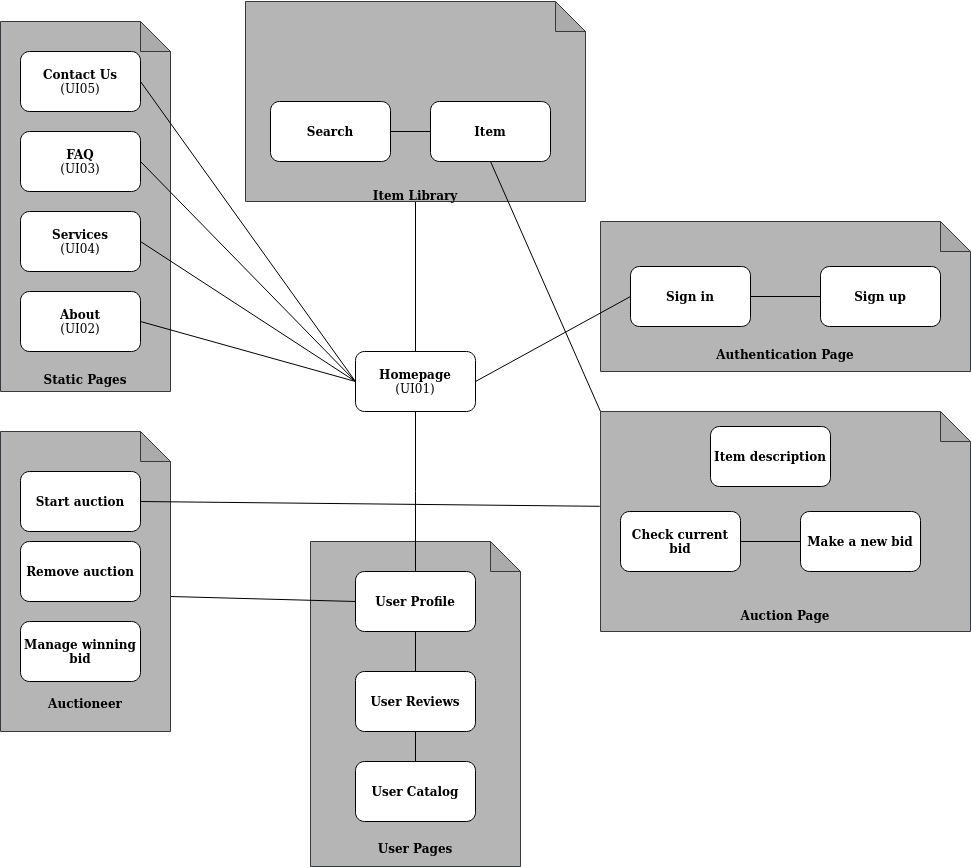
Miggs7/FEUP--LBAW keeps this draw.io diagram as assets/a3-sitemap.drawio.png. Above is the earlier version. Source tidied: cells renumbered, new cells last; positions are measured from the earlier drawing's top-left corner, leaving out a move shared by most shapes.
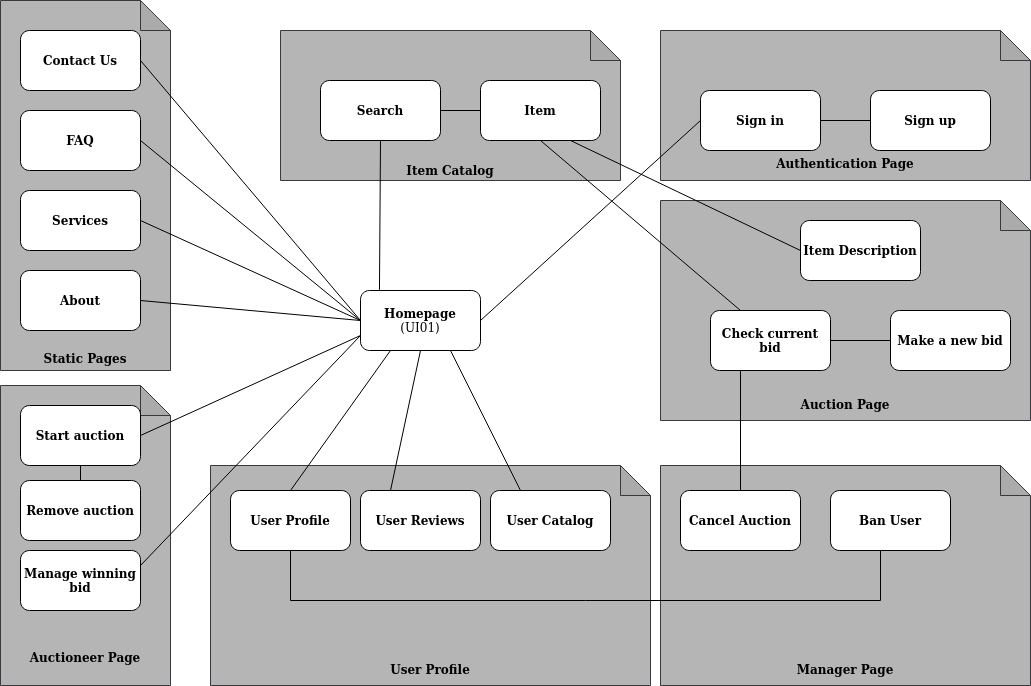
The same diagram one commit later.

Diff of the diagram source:
```diff
@@ -8,13 +8,13 @@
     <mxCell id="3" style="edgeStyle=orthogonalEdgeStyle;rounded=0;jettySize=auto;html=1;exitX=0.5;exitY=1;exitDx=0;exitDy=0;entryX=0.5;entryY=0;entryDx=0;entryDy=0;strokeColor=none;" parent="1" edge="1" source="4" target="5">
       <mxGeometry relative="1" as="geometry" />
     </mxCell>
-    <mxCell id="4" value="&lt;b&gt;Contact Us&lt;/b&gt;&lt;br&gt;(UI05)" style="rounded=1;whiteSpace=wrap;html=1;fillColor=#FFFFFF;" parent="1" vertex="1">
+    <mxCell id="4" value="&lt;b&gt;Contact Us&lt;/b&gt;&lt;br&gt;" style="rounded=1;whiteSpace=wrap;html=1;fillColor=#FFFFFF;" parent="1" vertex="1">
       <mxGeometry x="20" y="50" width="120" height="60" as="geometry" />
     </mxCell>
-    <mxCell id="5" value="&lt;b&gt;FAQ&lt;/b&gt;&lt;br&gt;(UI03)&lt;b&gt;&lt;br&gt;&lt;/b&gt;" style="rounded=1;whiteSpace=wrap;html=1;fillColor=#FFFFFF;" parent="1" vertex="1">
+    <mxCell id="5" value="&lt;b&gt;FAQ&lt;/b&gt;&lt;b&gt;&lt;br&gt;&lt;/b&gt;" style="rounded=1;whiteSpace=wrap;html=1;fillColor=#FFFFFF;" parent="1" vertex="1">
       <mxGeometry x="20" y="130" width="120" height="60" as="geometry" />
     </mxCell>
-    <mxCell id="6" value="&lt;b&gt;Services&lt;/b&gt;&lt;br&gt;(UI04)" style="rounded=1;whiteSpace=wrap;html=1;fillColor=#FFFFFF;" parent="1" vertex="1">
+    <mxCell id="6" value="&lt;b&gt;Services&lt;/b&gt;" style="rounded=1;whiteSpace=wrap;html=1;fillColor=#FFFFFF;" parent="1" vertex="1">
       <mxGeometry x="20" y="210" width="120" height="60" as="geometry" />
     </mxCell>
     <mxCell id="7" style="edgeStyle=none;shape=connector;rounded=1;jettySize=auto;html=1;exitX=0;exitY=0.5;exitDx=0;exitDy=0;entryX=1;entryY=0.5;entryDx=0;entryDy=0;labelBackgroundColor=default;strokeColor=default;fontFamily=Helvetica;fontSize=11;fontColor=default;endArrow=none;" parent="1" edge="1" source="11" target="4">
@@ -30,97 +30,125 @@
       <mxGeometry relative="1" as="geometry" />
     </mxCell>
     <mxCell id="11" value="&lt;b&gt;Homepage&lt;/b&gt;&lt;br&gt;(UI01)" style="rounded=1;whiteSpace=wrap;html=1;fillColor=#FFFFFF;" parent="1" vertex="1">
-      <mxGeometry x="355" y="350" width="120" height="60" as="geometry" />
+      <mxGeometry x="360" y="310" width="120" height="60" as="geometry" />
     </mxCell>
-    <mxCell id="12" value="&lt;b&gt;&lt;br&gt;&lt;br&gt;&lt;br&gt;&lt;br&gt;&lt;br&gt;&lt;br&gt;&lt;br&gt;&lt;br&gt;&lt;br&gt;&lt;br&gt;&lt;br&gt;&lt;br&gt;&lt;br&gt;&lt;br&gt;&lt;br&gt;&lt;br&gt;&lt;br&gt;&lt;br&gt;&lt;br&gt;&lt;br&gt;User Pages&lt;br&gt;&lt;/b&gt;" style="shape=note;whiteSpace=wrap;html=1;backgroundOutline=1;darkOpacity=0.05;fillColor=#B5B5B5;strokeColor=#36393d;" parent="1" vertex="1">
-      <mxGeometry x="310" y="540" width="210" height="325" as="geometry" />
-    </mxCell>
-    <mxCell id="13" style="edgeStyle=none;shape=connector;rounded=1;jettySize=auto;html=1;exitX=0.5;exitY=1;exitDx=0;exitDy=0;exitPerimeter=0;entryX=0.5;entryY=0;entryDx=0;entryDy=0;labelBackgroundColor=default;strokeColor=default;fontFamily=Helvetica;fontSize=11;fontColor=default;endArrow=none;" parent="1" edge="1" source="14" target="11">
-      <mxGeometry relative="1" as="geometry" />
-    </mxCell>
-    <mxCell id="14" value="&lt;b&gt;&lt;br&gt;&lt;br&gt;&lt;br&gt;&lt;br&gt;&lt;br&gt;&lt;br&gt;&lt;br&gt;&lt;br&gt;&lt;br&gt;&lt;br&gt;&lt;br&gt;&lt;br&gt;&lt;br&gt;Item Library&lt;br&gt;&lt;/b&gt;" style="shape=note;whiteSpace=wrap;html=1;backgroundOutline=1;darkOpacity=0.05;fillColor=#B5B5B5;strokeColor=#36393d;" parent="1" vertex="1">
-      <mxGeometry x="245" width="340" height="200" as="geometry" />
+    <mxCell id="14" value="&lt;b&gt;&lt;br&gt;&lt;br&gt;&lt;br&gt;&lt;br&gt;&lt;br&gt;&lt;br&gt;&lt;br&gt;&lt;br&gt;&lt;br&gt;Item Catalog&lt;br&gt;&lt;/b&gt;" style="shape=note;whiteSpace=wrap;html=1;backgroundOutline=1;darkOpacity=0.05;fillColor=#B5B5B5;strokeColor=#36393d;" parent="1" vertex="1">
+      <mxGeometry x="280" y="50" width="340" height="150" as="geometry" />
     </mxCell>
     <mxCell id="15" style="edgeStyle=none;shape=connector;rounded=1;jettySize=auto;html=1;exitX=1;exitY=0.5;exitDx=0;exitDy=0;entryX=0;entryY=0.5;entryDx=0;entryDy=0;labelBackgroundColor=default;strokeColor=default;fontFamily=Helvetica;fontSize=11;fontColor=default;endArrow=none;" parent="1" edge="1" source="16" target="40">
       <mxGeometry relative="1" as="geometry" />
     </mxCell>
+    <mxCell id="42" style="edgeStyle=none;shape=connector;rounded=1;jettySize=auto;html=1;exitX=0.5;exitY=1;exitDx=0;exitDy=0;entryX=0.158;entryY=-0.011;entryDx=0;entryDy=0;entryPerimeter=0;labelBackgroundColor=default;strokeColor=default;fontFamily=Helvetica;fontSize=11;fontColor=default;endArrow=none;" parent="1" edge="1" source="16" target="11">
+      <mxGeometry relative="1" as="geometry" />
+    </mxCell>
     <mxCell id="16" value="&lt;b&gt;Search&lt;/b&gt;" style="rounded=1;whiteSpace=wrap;html=1;fillColor=#FFFFFF;" parent="1" vertex="1">
-      <mxGeometry x="270" y="100" width="120" height="60" as="geometry" />
+      <mxGeometry x="320" y="100" width="120" height="60" as="geometry" />
     </mxCell>
-    <mxCell id="17" value="&lt;b&gt;User Profile&lt;/b&gt;" style="rounded=1;whiteSpace=wrap;html=1;fillColor=#FFFFFF;" parent="1" vertex="1">
-      <mxGeometry x="355" y="570" width="120" height="60" as="geometry" />
-    </mxCell>
-    <mxCell id="18" value="&lt;b&gt;User Reviews&lt;/b&gt;" style="rounded=1;whiteSpace=wrap;html=1;fillColor=#FFFFFF;" parent="1" vertex="1">
-      <mxGeometry x="355" y="670" width="120" height="60" as="geometry" />
-    </mxCell>
-    <mxCell id="19" value="&lt;b&gt;User Catalog&lt;/b&gt;" style="rounded=1;whiteSpace=wrap;html=1;fillColor=#FFFFFF;" parent="1" vertex="1">
-      <mxGeometry x="355" y="760" width="120" height="60" as="geometry" />
-    </mxCell>
-    <mxCell id="20" style="endArrow=none;html=1;rounded=1;strokeColor=default;exitX=0.5;exitY=0;exitDx=0;exitDy=0;entryX=0.5;entryY=1;entryDx=0;entryDy=0;" parent="1" edge="1" source="18" target="17">
-      <mxGeometry relative="1" as="geometry" />
-    </mxCell>
-    <mxCell id="21" style="endArrow=none;html=1;rounded=1;strokeColor=default;exitX=0.5;exitY=0;exitDx=0;exitDy=0;entryX=0.5;entryY=1;entryDx=0;entryDy=0;" parent="1" edge="1" source="19" target="18">
-      <mxGeometry relative="1" as="geometry" />
-    </mxCell>
-    <mxCell id="22" style="edgeStyle=none;shape=connector;rounded=1;jettySize=auto;html=1;exitX=0;exitY=0;exitDx=170;exitDy=165;exitPerimeter=0;entryX=0;entryY=0.5;entryDx=0;entryDy=0;labelBackgroundColor=default;strokeColor=default;fontFamily=Helvetica;fontSize=11;fontColor=default;endArrow=none;" parent="1" edge="1" source="23" target="17">
-      <mxGeometry relative="1" as="geometry" />
-    </mxCell>
-    <mxCell id="23" value="&lt;b&gt;&lt;br&gt;&lt;br&gt;&lt;br&gt;&lt;br&gt;&lt;br&gt;&lt;br&gt;&lt;br&gt;&lt;br&gt;&lt;br&gt;&lt;br&gt;&lt;br&gt;&lt;br&gt;&lt;br&gt;&lt;br&gt;&lt;br&gt;&lt;br&gt;&lt;br&gt;Auctioneer&lt;br&gt;&lt;/b&gt;" style="shape=note;whiteSpace=wrap;html=1;backgroundOutline=1;darkOpacity=0.05;fillColor=#B5B5B5;strokeColor=#36393d;" parent="1" vertex="1">
-      <mxGeometry y="430" width="170" height="300" as="geometry" />
+    <mxCell id="23" value="&lt;b&gt;&lt;br&gt;&lt;br&gt;&lt;br&gt;&lt;br&gt;&lt;br&gt;&lt;br&gt;&lt;br&gt;&lt;br&gt;&lt;br&gt;&lt;br&gt;&lt;br&gt;&lt;br&gt;&lt;br&gt;&lt;br&gt;&lt;br&gt;&lt;br&gt;&lt;br&gt;Auctioneer Page&lt;br&gt;&lt;/b&gt;" style="shape=note;whiteSpace=wrap;html=1;backgroundOutline=1;darkOpacity=0.05;fillColor=#B5B5B5;strokeColor=#36393d;" parent="1" vertex="1">
+      <mxGeometry y="405" width="170" height="300" as="geometry" />
     </mxCell>
-    <mxCell id="24" style="edgeStyle=none;shape=connector;rounded=1;jettySize=auto;html=1;exitX=1;exitY=0.5;exitDx=0;exitDy=0;entryX=-0.002;entryY=0.431;entryDx=0;entryDy=0;entryPerimeter=0;labelBackgroundColor=default;strokeColor=default;fontFamily=Helvetica;fontSize=11;fontColor=default;endArrow=none;" parent="1" edge="1" source="25" target="28">
-      <mxGeometry relative="1" as="geometry" />
-    </mxCell>
+    <mxCell id="43" style="edgeStyle=none;shape=connector;rounded=1;jettySize=auto;html=1;exitX=1;exitY=0.5;exitDx=0;exitDy=0;entryX=0;entryY=0.75;entryDx=0;entryDy=0;labelBackgroundColor=default;strokeColor=default;fontFamily=Helvetica;fontSize=11;fontColor=default;endArrow=none;" parent="1" edge="1" source="25" target="11">
+      <mxGeometry relative="1" as="geometry" />
+    </mxCell>
+    <mxCell id="44" style="edgeStyle=none;shape=connector;rounded=1;jettySize=auto;html=1;exitX=0.5;exitY=1;exitDx=0;exitDy=0;entryX=0.5;entryY=0;entryDx=0;entryDy=0;labelBackgroundColor=default;strokeColor=default;fontFamily=Helvetica;fontSize=11;fontColor=default;endArrow=none;" parent="1" edge="1" source="25" target="26">
+      <mxGeometry relative="1" as="geometry" />
+    </mxCell>
     <mxCell id="25" value="&lt;b&gt;Start auction&lt;/b&gt;" style="rounded=1;whiteSpace=wrap;html=1;fillColor=#FFFFFF;" parent="1" vertex="1">
-      <mxGeometry x="20" y="470" width="120" height="60" as="geometry" />
+      <mxGeometry x="20" y="425" width="120" height="60" as="geometry" />
     </mxCell>
     <mxCell id="26" value="&lt;b&gt;Remove auction&lt;/b&gt;" style="rounded=1;whiteSpace=wrap;html=1;fillColor=#FFFFFF;" parent="1" vertex="1">
-      <mxGeometry x="20" y="540" width="120" height="60" as="geometry" />
+      <mxGeometry x="20" y="500" width="120" height="60" as="geometry" />
     </mxCell>
     <mxCell id="27" value="&lt;b&gt;Manage winning bid&lt;/b&gt;" style="rounded=1;whiteSpace=wrap;html=1;fillColor=#FFFFFF;" parent="1" vertex="1">
-      <mxGeometry x="20" y="620" width="120" height="60" as="geometry" />
+      <mxGeometry x="20" y="570" width="120" height="60" as="geometry" />
     </mxCell>
     <mxCell id="28" value="&lt;b&gt;&lt;br&gt;&lt;br&gt;&lt;br&gt;&lt;br&gt;&lt;br&gt;&lt;br&gt;&lt;br&gt;&lt;br&gt;&lt;br&gt;&lt;br&gt;&lt;br&gt;&lt;br&gt;&lt;br&gt;Auction Page&lt;br&gt;&lt;/b&gt;" style="shape=note;whiteSpace=wrap;html=1;backgroundOutline=1;darkOpacity=0.05;fillColor=#B5B5B5;strokeColor=#36393d;" parent="1" vertex="1">
-      <mxGeometry x="600" y="410" width="370" height="220" as="geometry" />
+      <mxGeometry x="660" y="220" width="370" height="220" as="geometry" />
     </mxCell>
     <mxCell id="29" value="&lt;b&gt;Check current bid&lt;/b&gt;" style="rounded=1;whiteSpace=wrap;html=1;fillColor=#FFFFFF;" parent="1" vertex="1">
-      <mxGeometry x="620" y="510" width="120" height="60" as="geometry" />
+      <mxGeometry x="710" y="330" width="120" height="60" as="geometry" />
     </mxCell>
     <mxCell id="30" value="&lt;b&gt;Make a new bid&lt;/b&gt;" style="rounded=1;whiteSpace=wrap;html=1;fillColor=#FFFFFF;" parent="1" vertex="1">
-      <mxGeometry x="800" y="510" width="120" height="60" as="geometry" />
+      <mxGeometry x="890" y="330" width="120" height="60" as="geometry" />
     </mxCell>
     <mxCell id="31" style="endArrow=none;html=1;rounded=1;strokeColor=default;exitX=1;exitY=0.5;exitDx=0;exitDy=0;entryX=0;entryY=0.5;entryDx=0;entryDy=0;" parent="1" edge="1" source="29" target="30">
       <mxGeometry relative="1" as="geometry" />
     </mxCell>
-    <mxCell id="32" value="&lt;b&gt;Item description&lt;/b&gt;" style="rounded=1;whiteSpace=wrap;html=1;fillColor=#FFFFFF;" parent="1" vertex="1">
-      <mxGeometry x="710" y="425" width="120" height="60" as="geometry" />
-    </mxCell>
     <mxCell id="33" value="&lt;b&gt;&lt;br&gt;&lt;br&gt;&lt;br&gt;&lt;br&gt;&lt;br&gt;&lt;br&gt;&lt;br&gt;&lt;br&gt;Authentication Page&lt;br&gt;&lt;/b&gt;" style="shape=note;whiteSpace=wrap;html=1;backgroundOutline=1;darkOpacity=0.05;fillColor=#B5B5B5;strokeColor=#36393d;" parent="1" vertex="1">
-      <mxGeometry x="600" y="220" width="370" height="150" as="geometry" />
+      <mxGeometry x="660" y="50" width="370" height="150" as="geometry" />
     </mxCell>
     <mxCell id="34" value="&lt;b&gt;Sign in&lt;/b&gt;" style="rounded=1;whiteSpace=wrap;html=1;fillColor=#FFFFFF;" parent="1" vertex="1">
-      <mxGeometry x="630" y="265" width="120" height="60" as="geometry" />
+      <mxGeometry x="700" y="110" width="120" height="60" as="geometry" />
     </mxCell>
     <mxCell id="35" value="&lt;b&gt;Sign up&lt;/b&gt;" style="rounded=1;whiteSpace=wrap;html=1;fillColor=#FFFFFF;" parent="1" vertex="1">
-      <mxGeometry x="820" y="265" width="120" height="60" as="geometry" />
+      <mxGeometry x="870" y="110" width="120" height="60" as="geometry" />
     </mxCell>
     <mxCell id="36" style="endArrow=none;html=1;rounded=1;strokeColor=default;exitX=0;exitY=0.5;exitDx=0;exitDy=0;entryX=1;entryY=0.5;entryDx=0;entryDy=0;" parent="1" edge="1" source="35" target="34">
       <mxGeometry relative="1" as="geometry" />
     </mxCell>
-    <mxCell id="37" value="&lt;b&gt;About&lt;/b&gt;&lt;br&gt;(UI02)" style="rounded=1;whiteSpace=wrap;html=1;fillColor=#FFFFFF;" parent="1" vertex="1">
+    <mxCell id="37" value="&lt;b&gt;About&lt;/b&gt;" style="rounded=1;whiteSpace=wrap;html=1;fillColor=#FFFFFF;" parent="1" vertex="1">
       <mxGeometry x="20" y="290" width="120" height="60" as="geometry" />
     </mxCell>
-    <mxCell id="38" style="edgeStyle=elbowEdgeStyle;rounded=0;jettySize=auto;html=1;exitX=0.5;exitY=1;exitDx=0;exitDy=0;startArrow=none;startFill=0;endArrow=none;endFill=0;" parent="1" edge="1" source="11" target="17">
-      <mxGeometry relative="1" as="geometry" />
-    </mxCell>
-    <mxCell id="39" style="edgeStyle=none;shape=connector;rounded=1;jettySize=auto;html=1;exitX=0.5;exitY=1;exitDx=0;exitDy=0;entryX=0;entryY=0;entryDx=0;entryDy=0;entryPerimeter=0;labelBackgroundColor=default;strokeColor=default;fontFamily=Helvetica;fontSize=11;fontColor=default;endArrow=none;" parent="1" edge="1" source="40" target="28">
-      <mxGeometry relative="1" as="geometry" />
-    </mxCell>
+    <mxCell id="45" style="edgeStyle=none;shape=connector;rounded=1;jettySize=auto;html=1;exitX=0.5;exitY=1;exitDx=0;exitDy=0;entryX=0.25;entryY=0;entryDx=0;entryDy=0;labelBackgroundColor=default;strokeColor=default;fontFamily=Helvetica;fontSize=11;fontColor=default;endArrow=none;" parent="1" edge="1" source="40" target="29">
+      <mxGeometry relative="1" as="geometry" />
+    </mxCell>
     <mxCell id="40" value="&lt;b&gt;Item&lt;/b&gt;" style="rounded=1;whiteSpace=wrap;html=1;fillColor=#FFFFFF;" parent="1" vertex="1">
-      <mxGeometry x="430" y="100" width="120" height="60" as="geometry" />
+      <mxGeometry x="480" y="100" width="120" height="60" as="geometry" />
     </mxCell>
     <mxCell id="41" style="edgeStyle=none;shape=connector;rounded=1;jettySize=auto;html=1;exitX=1;exitY=0.5;exitDx=0;exitDy=0;entryX=0;entryY=0.5;entryDx=0;entryDy=0;labelBackgroundColor=default;strokeColor=default;fontFamily=Helvetica;fontSize=11;fontColor=default;endArrow=none;" parent="1" edge="1" source="11" target="34">
       <mxGeometry relative="1" as="geometry" />
     </mxCell>
+    <mxCell id="46" value="&lt;b&gt;&lt;br&gt;&lt;br&gt;&lt;br&gt;&lt;br&gt;&lt;br&gt;&lt;br&gt;&lt;br&gt;&lt;br&gt;&lt;br&gt;&lt;br&gt;&lt;br&gt;&lt;br&gt;&lt;br&gt;Manager Page&lt;br&gt;&lt;/b&gt;" style="shape=note;whiteSpace=wrap;html=1;backgroundOutline=1;darkOpacity=0.05;fillColor=#B5B5B5;strokeColor=#36393d;" parent="1" vertex="1">
+      <mxGeometry x="660" y="485" width="370" height="220" as="geometry" />
+    </mxCell>
+    <mxCell id="47" value="&lt;b&gt;&lt;br&gt;&lt;br&gt;&lt;br&gt;&lt;br&gt;&lt;br&gt;&lt;br&gt;&lt;br&gt;&lt;br&gt;&lt;br&gt;&lt;br&gt;&lt;br&gt;&lt;br&gt;&lt;br&gt;User Profile&lt;br&gt;&lt;/b&gt;" style="shape=note;whiteSpace=wrap;html=1;backgroundOutline=1;darkOpacity=0.05;fillColor=#B5B5B5;strokeColor=#36393d;" parent="1" vertex="1">
+      <mxGeometry x="210" y="485" width="440" height="220" as="geometry" />
+    </mxCell>
+    <mxCell id="48" style="edgeStyle=none;shape=connector;rounded=0;jettySize=auto;html=1;exitX=0.667;exitY=1;exitDx=0;exitDy=0;labelBackgroundColor=default;strokeColor=default;fontFamily=Helvetica;fontSize=11;fontColor=default;endArrow=none;exitPerimeter=0;" parent="1" edge="1" source="56">
+      <mxGeometry relative="1" as="geometry">
+        <mxPoint x="290" y="570" as="targetPoint" />
+        <Array as="points">
+          <mxPoint x="880" y="570" />
+          <mxPoint x="880" y="620" />
+          <mxPoint x="290" y="620" />
+        </Array>
+      </mxGeometry>
+    </mxCell>
+    <mxCell id="49" value="&lt;b&gt;Cancel Auction&lt;/b&gt;" style="rounded=1;whiteSpace=wrap;html=1;fillColor=#FFFFFF;" parent="1" vertex="1">
+      <mxGeometry x="680" y="510" width="120" height="60" as="geometry" />
+    </mxCell>
+    <mxCell id="50" style="edgeStyle=none;shape=connector;rounded=1;jettySize=auto;html=1;exitX=0;exitY=0.5;exitDx=0;exitDy=0;entryX=0.75;entryY=1;entryDx=0;entryDy=0;labelBackgroundColor=default;strokeColor=default;fontFamily=Helvetica;fontSize=11;fontColor=default;endArrow=none;" parent="1" edge="1" source="51" target="40">
+      <mxGeometry relative="1" as="geometry" />
+    </mxCell>
+    <mxCell id="51" value="&lt;b&gt;Item&lt;/b&gt; &lt;b&gt;Description&lt;/b&gt;" style="rounded=1;whiteSpace=wrap;html=1;fillColor=#FFFFFF;" parent="1" vertex="1">
+      <mxGeometry x="800" y="240" width="120" height="60" as="geometry" />
+    </mxCell>
+    <mxCell id="52" style="edgeStyle=none;shape=connector;rounded=1;jettySize=auto;html=1;exitX=0.5;exitY=0;exitDx=0;exitDy=0;entryX=0.25;entryY=1;entryDx=0;entryDy=0;labelBackgroundColor=default;strokeColor=default;fontFamily=Helvetica;fontSize=11;fontColor=default;endArrow=none;" parent="1" edge="1" source="17" target="11">
+      <mxGeometry relative="1" as="geometry" />
+    </mxCell>
+    <mxCell id="17" value="&lt;b&gt;User Profile&lt;/b&gt;" style="rounded=1;whiteSpace=wrap;html=1;fillColor=#FFFFFF;" parent="1" vertex="1">
+      <mxGeometry x="230" y="510" width="120" height="60" as="geometry" />
+    </mxCell>
+    <mxCell id="53" style="edgeStyle=none;shape=connector;rounded=1;jettySize=auto;html=1;exitX=0.25;exitY=0;exitDx=0;exitDy=0;entryX=0.5;entryY=1;entryDx=0;entryDy=0;labelBackgroundColor=default;strokeColor=default;fontFamily=Helvetica;fontSize=11;fontColor=default;endArrow=none;" parent="1" edge="1" source="18" target="11">
+      <mxGeometry relative="1" as="geometry" />
+    </mxCell>
+    <mxCell id="18" value="&lt;b&gt;User Reviews&lt;/b&gt;" style="rounded=1;whiteSpace=wrap;html=1;fillColor=#FFFFFF;" parent="1" vertex="1">
+      <mxGeometry x="360" y="510" width="120" height="60" as="geometry" />
+    </mxCell>
+    <mxCell id="54" style="edgeStyle=none;shape=connector;rounded=1;jettySize=auto;html=1;exitX=0.25;exitY=0;exitDx=0;exitDy=0;entryX=0.75;entryY=1;entryDx=0;entryDy=0;labelBackgroundColor=default;strokeColor=default;fontFamily=Helvetica;fontSize=11;fontColor=default;endArrow=none;" parent="1" edge="1" source="19" target="11">
+      <mxGeometry relative="1" as="geometry" />
+    </mxCell>
+    <mxCell id="19" value="&lt;b&gt;User Catalog&lt;/b&gt;" style="rounded=1;whiteSpace=wrap;html=1;fillColor=#FFFFFF;" parent="1" vertex="1">
+      <mxGeometry x="490" y="510" width="120" height="60" as="geometry" />
+    </mxCell>
+    <mxCell id="55" style="edgeStyle=none;shape=connector;rounded=1;jettySize=auto;html=1;exitX=1;exitY=0.25;exitDx=0;exitDy=0;entryX=0;entryY=0.75;entryDx=0;entryDy=0;labelBackgroundColor=default;strokeColor=default;fontFamily=Helvetica;fontSize=11;fontColor=default;endArrow=none;" parent="1" edge="1" source="27" target="11">
+      <mxGeometry relative="1" as="geometry" />
+    </mxCell>
+    <mxCell id="56" value="&lt;b&gt;Ban User&lt;/b&gt;" style="rounded=1;whiteSpace=wrap;html=1;fillColor=#FFFFFF;" parent="1" vertex="1">
+      <mxGeometry x="830" y="510" width="120" height="60" as="geometry" />
+    </mxCell>
+    <mxCell id="57" style="edgeStyle=none;shape=connector;rounded=1;jettySize=auto;html=1;exitX=0.25;exitY=1;exitDx=0;exitDy=0;entryX=0.5;entryY=0;entryDx=0;entryDy=0;labelBackgroundColor=default;strokeColor=default;fontFamily=Helvetica;fontSize=11;fontColor=default;endArrow=none;" parent="1" edge="1" source="29" target="49">
+      <mxGeometry relative="1" as="geometry" />
+    </mxCell>
   </root>
 </mxGraphModel>
```
